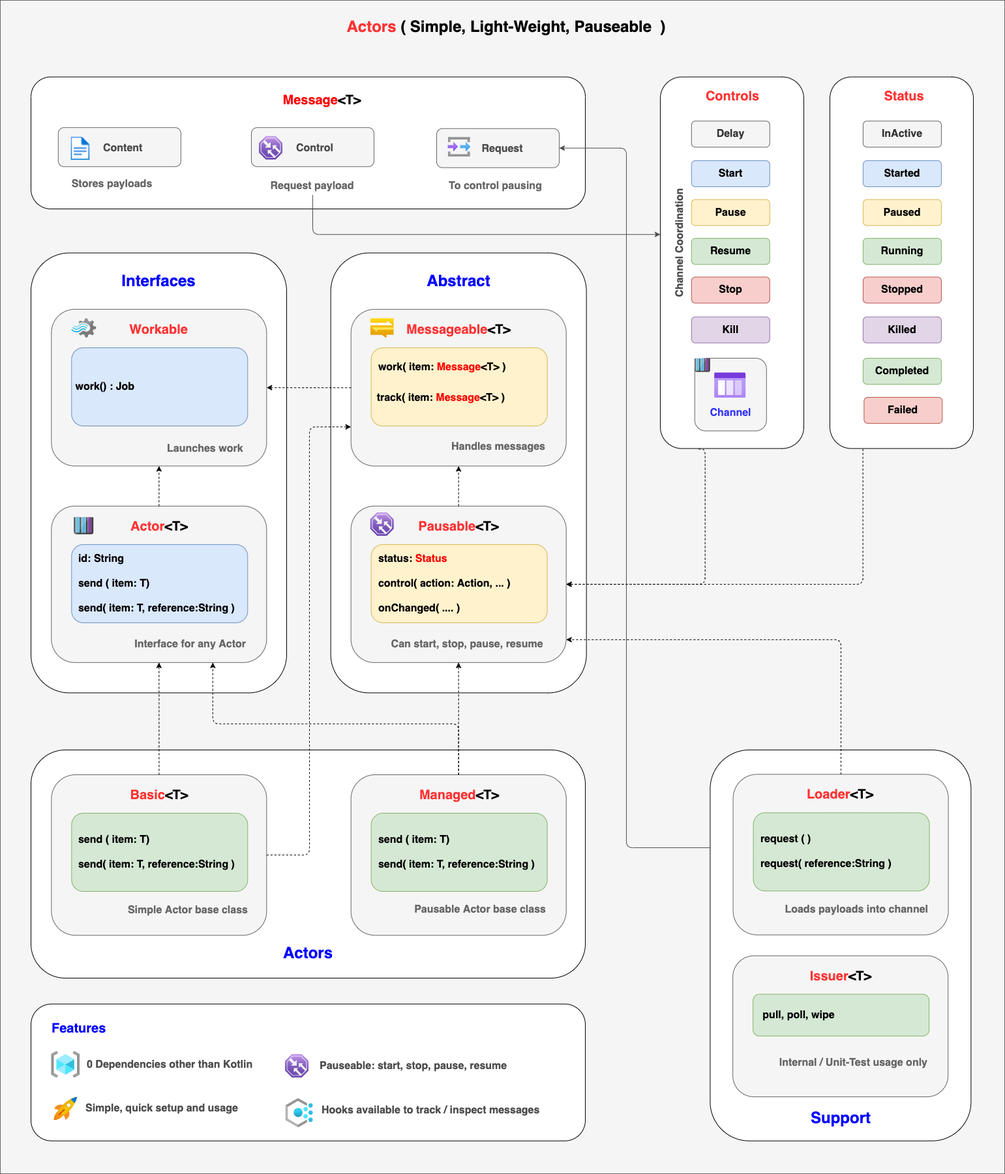
Above: doc/diagrams/slatekit-actors.png in slatekit/kiit (draw.io), before the change. Source tidied: cells renumbered, new cells last; positions are measured from the earlier drawing's top-left corner, leaving out a move shared by most shapes.
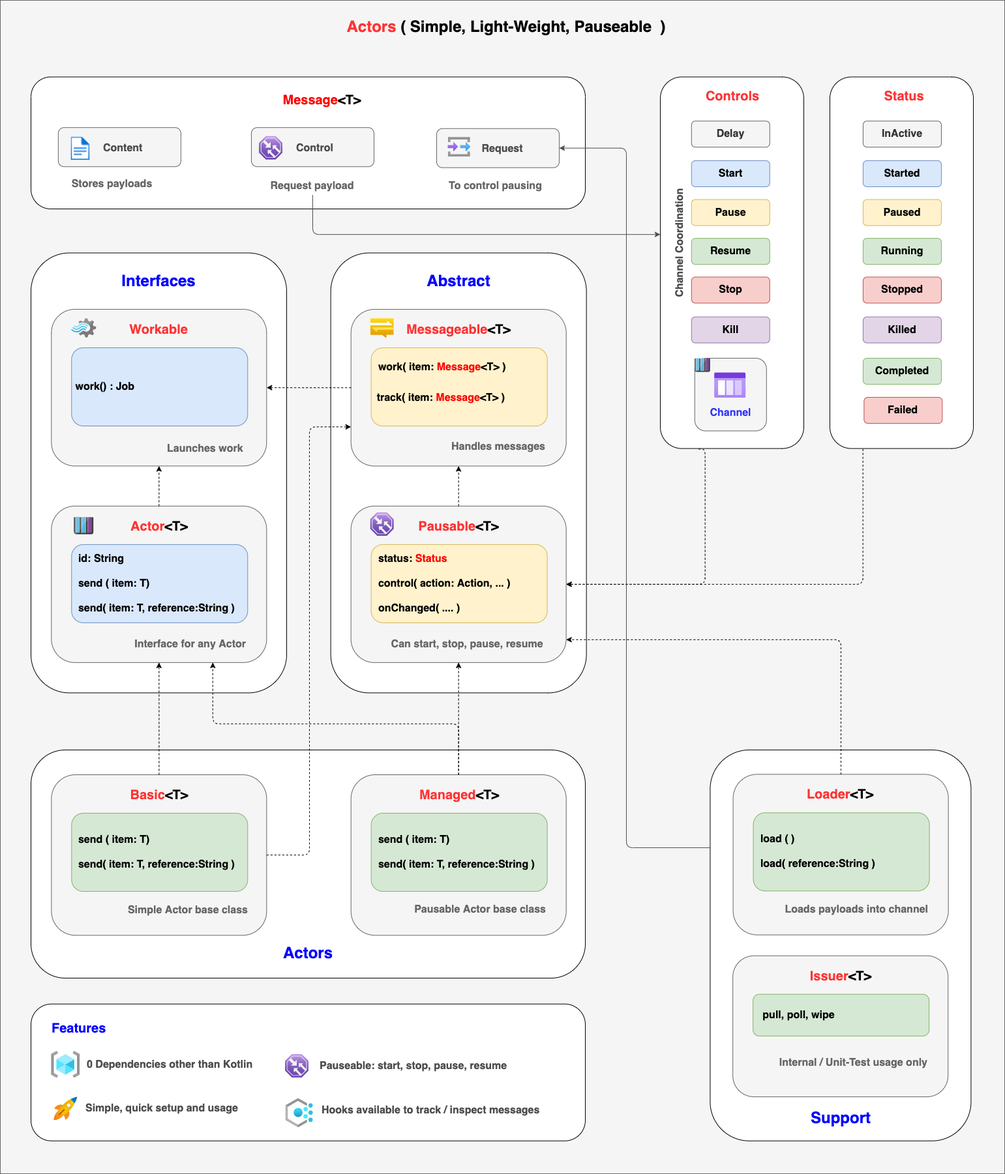
Later version of the same file.

Commit message:
Diagrams: Updated actor diagrams

Change to the diagram source:
```diff
@@ -167,7 +167,7 @@
     <mxCell id="56" value="&lt;font size=&quot;1&quot;&gt;&lt;b style=&quot;font-size: 20px&quot;&gt;&lt;font color=&quot;#ff3333&quot;&gt;Loader&lt;/font&gt;&amp;lt;T&amp;gt;&lt;/b&gt;&lt;/font&gt;" style="text;html=1;strokeColor=none;fillColor=none;align=center;verticalAlign=middle;whiteSpace=wrap;rounded=0;" parent="1" vertex="1">
       <mxGeometry x="1153.2" y="1203.2" width="270" height="30" as="geometry" />
     </mxCell>
-    <mxCell id="57" value="&lt;font style=&quot;font-size: 16px&quot;&gt;&lt;b&gt;&amp;nbsp; request ( )&lt;br&gt;&lt;br&gt;&amp;nbsp; request( reference:String )&amp;nbsp;&lt;/b&gt;&lt;/font&gt;" style="rounded=1;whiteSpace=wrap;html=1;align=left;fillColor=#d5e8d4;strokeColor=#82b366;" parent="1" vertex="1">
+    <mxCell id="57" value="&lt;font style=&quot;font-size: 16px&quot;&gt;&lt;b&gt;&amp;nbsp; load ( )&lt;br&gt;&lt;br&gt;&amp;nbsp; load( reference:String )&amp;nbsp;&lt;/b&gt;&lt;/font&gt;" style="rounded=1;whiteSpace=wrap;html=1;align=left;fillColor=#d5e8d4;strokeColor=#82b366;" parent="1" vertex="1">
       <mxGeometry x="1154.6" y="1246.3" width="270" height="120" as="geometry" />
     </mxCell>
     <mxCell id="58" style="endArrow=classic;html=1;exitX=0.5;exitY=0;exitDx=0;exitDy=0;entryX=0.5;entryY=1;entryDx=0;entryDy=0;dashed=1;" parent="1" edge="1" source="29" target="26">
```
